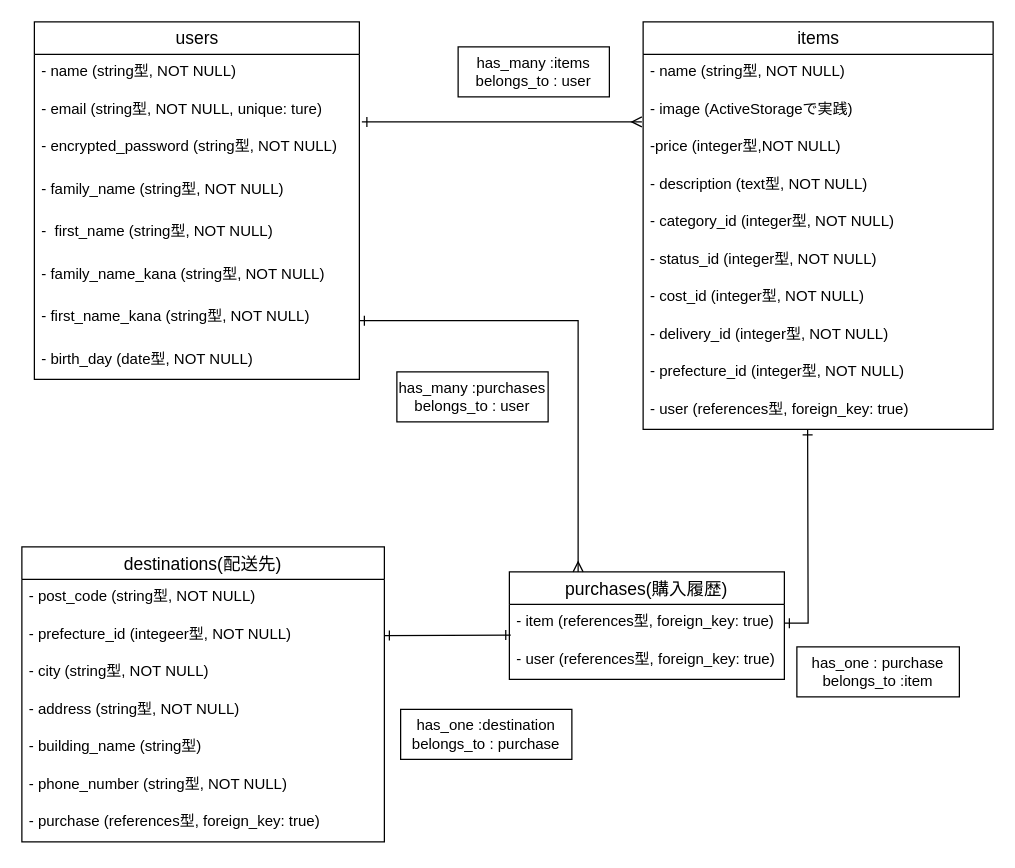
The draw.io diagram er.dio in kosuke-17/furima-34844, before the edit. Source tidied: cells renumbered, new cells numbered last; positions are measured from the earlier drawing's top-left corner, leaving out a move shared by most shapes. Both pictures are drawn from the tidied source at 125%, with x=0, y=0 at pixel (21, 21).
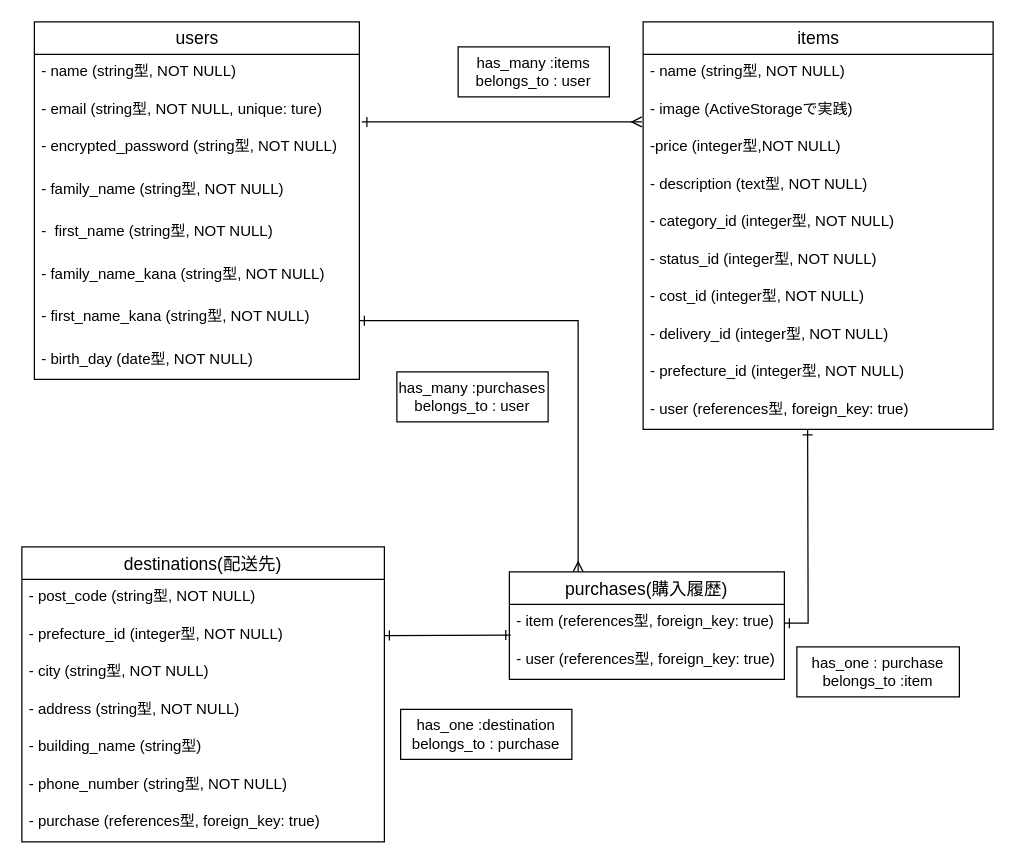
After the change.

The change refers to these unchanged cells:
```xml
<mxCell id="22" value="destinations(配送先)" style="swimlane;fontStyle=0;horizontal=1;startSize=26;align=center;fontSize=14;" parent="1" vertex="1">
  <mxGeometry y="420" width="290" height="236" as="geometry" />
</mxCell>
```

What changed in the source:
```diff
@@
-    <mxCell id="24" value="- prefecture_id (integeer型, NOT NULL)" style="text;strokeColor=none;fillColor=none;spacingLeft=4;spacingRight=4;overflow=hidden;points=[[0,0.5],[1,0.5]];portConstraint=eastwest;fontSize=12;" parent="22" vertex="1">
+    <mxCell id="24" value="- prefecture_id (integer型, NOT NULL)" style="text;strokeColor=none;fillColor=none;spacingLeft=4;spacingRight=4;overflow=hidden;points=[[0,0.5],[1,0.5]];portConstraint=eastwest;fontSize=12;" parent="22" vertex="1">
       <mxGeometry y="56" width="290" height="30" as="geometry" />
     </mxCell>
```
